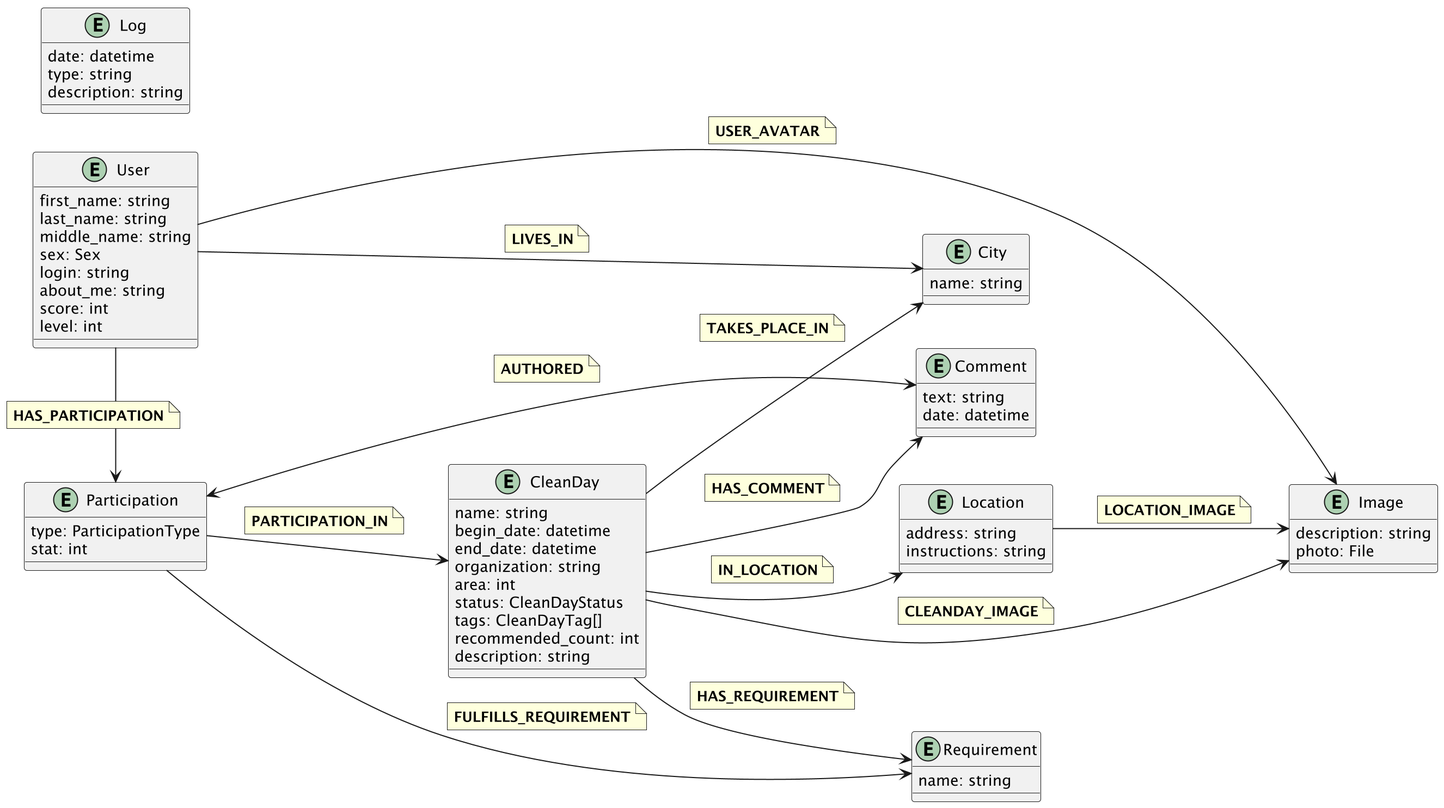
The PlantUML diagram db_model/graph.png in moevm/nosql1h25-cleanday, before a commit. Its source is kept beside it as db_model/graph.puml.
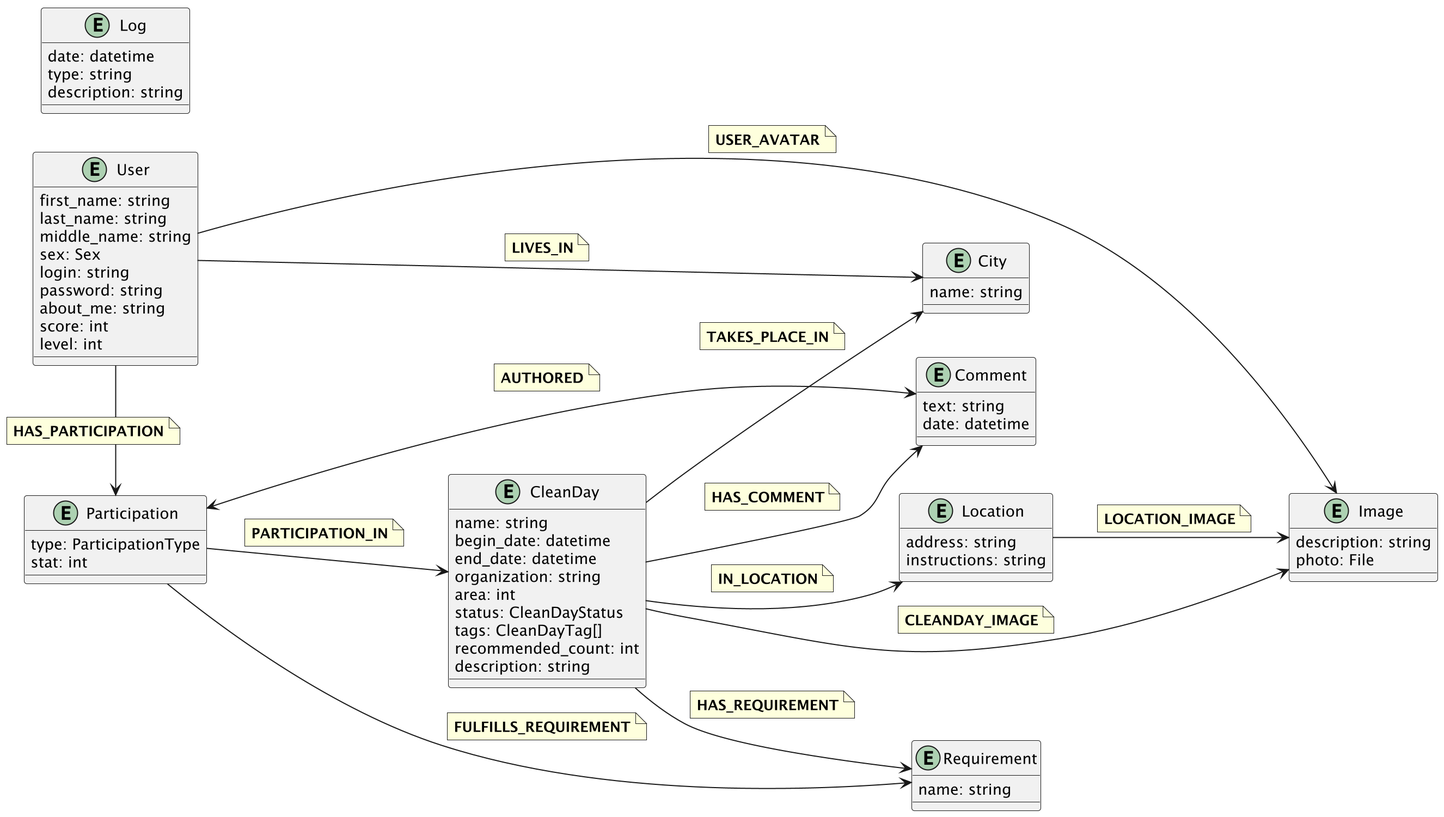
After the commit.

What changed in the source:
```diff
@@ -8,6 +8,7 @@
 middle_name: string
 sex: Sex
 login: string
+password: string
 about_me: string
 score: int
 level: int
```
